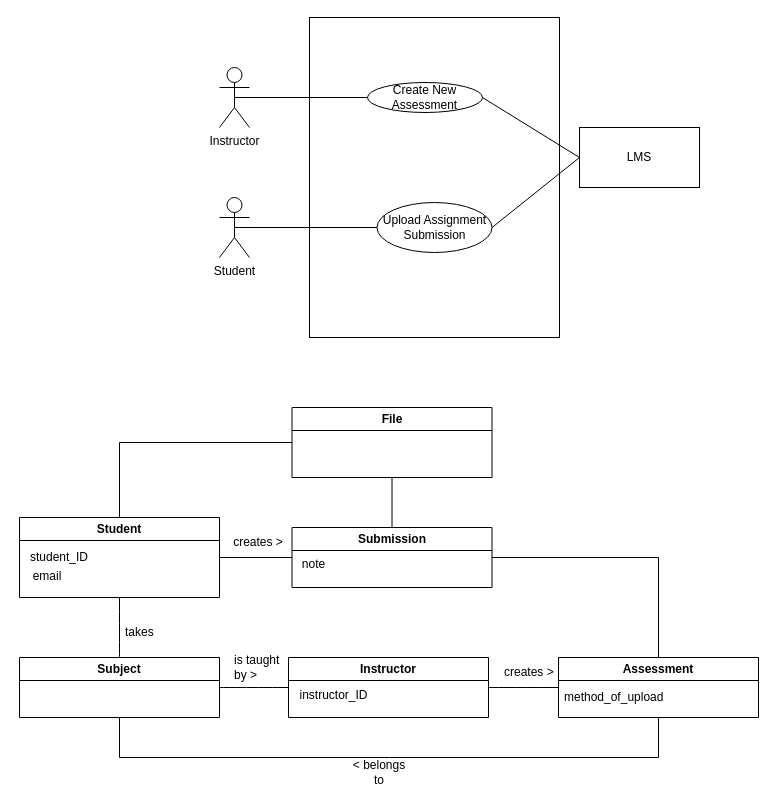
Before: domain_model_Workshop_2.drawio in antonykimuom/SWEN30006-2025-SM1-workshop1-tuew05-14-00-team-12, a draw.io diagram. Source tidied: cells renumbered, new cells numbered last; positions are measured from the earlier drawing's top-left corner, leaving out a move shared by most shapes. Both pictures are drawn from the tidied source at 100%, with x=0, y=0 at pixel (17, 17).
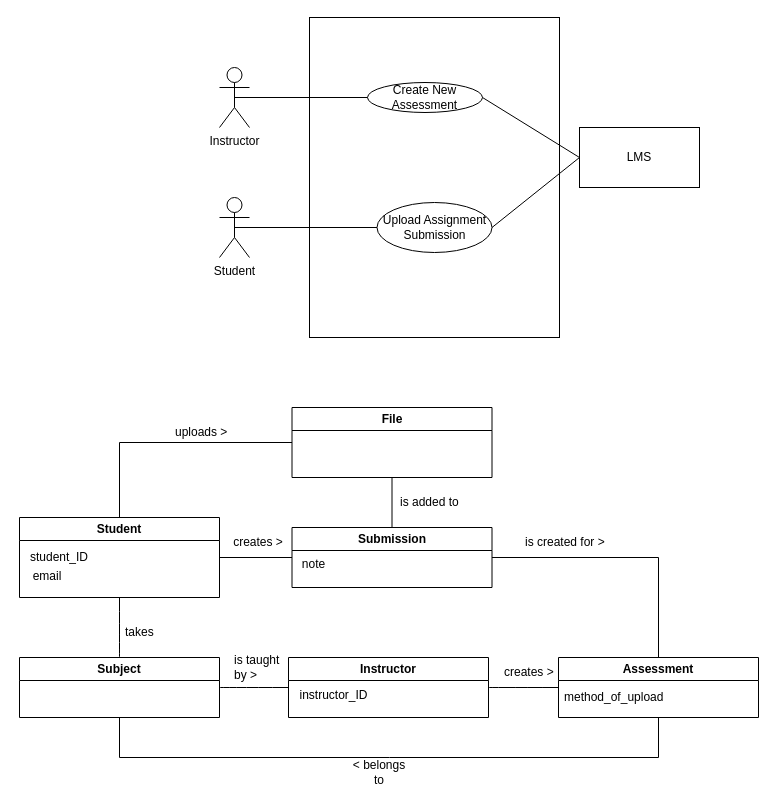
Above is the later version.

Change to the diagram source:
```diff
@@
+    <mxCell id="36" value="uploads &amp;gt;" style="text;strokeColor=none;fillColor=none;align=left;verticalAlign=middle;spacingLeft=4;spacingRight=4;overflow=hidden;whiteSpace=wrap;html=1;" parent="1" vertex="1">
+      <mxGeometry x="152" y="400" width="80" height="30" as="geometry" />
+    </mxCell>
@@
+    <mxCell id="37" value="is created for &amp;gt;" style="text;strokeColor=none;fillColor=none;align=left;verticalAlign=middle;spacingLeft=4;spacingRight=4;overflow=hidden;whiteSpace=wrap;html=1;" parent="1" vertex="1">
+      <mxGeometry x="502" y="510" width="101" height="30" as="geometry" />
+    </mxCell>
@@
+    <mxCell id="38" value="is added to" style="text;strokeColor=none;fillColor=none;align=left;verticalAlign=middle;spacingLeft=4;spacingRight=4;overflow=hidden;whiteSpace=wrap;html=1;" parent="1" vertex="1">
+      <mxGeometry x="377" y="470" width="80" height="30" as="geometry" />
+    </mxCell>
```
